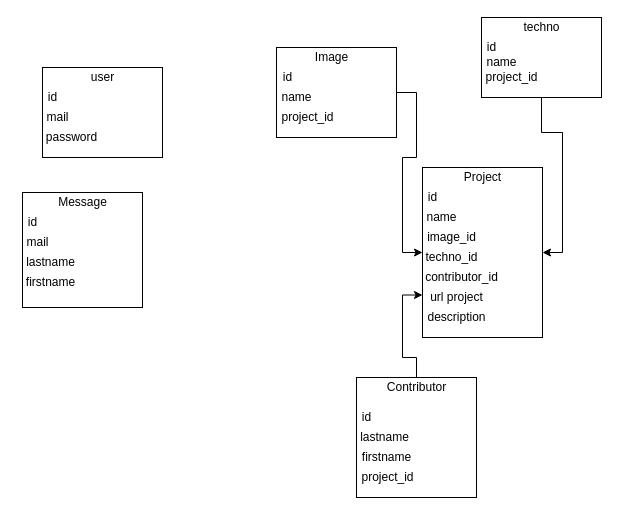
Valentin-int/Portfolio keeps this draw.io diagram as draw.drawio. Above is the earlier version. Source tidied: cells renumbered, new cells numbered last; positions are measured from the earlier drawing's top-left corner, leaving out a move shared by most shapes. Both pictures are drawn from the tidied source at 100%, with x=0, y=0 at pixel (17, 17).
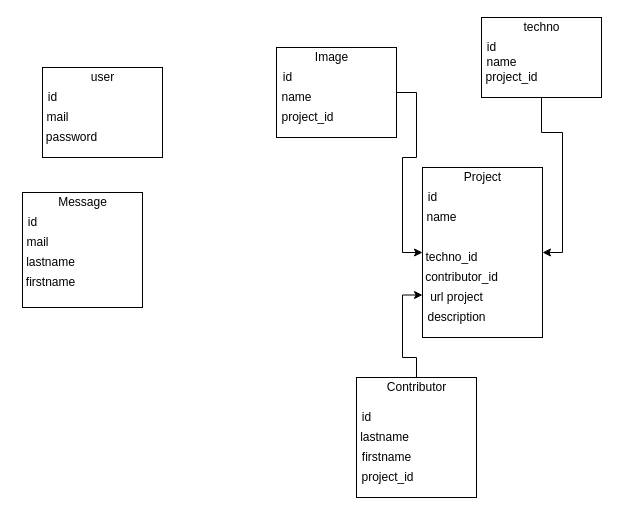
Above is the later version.

Diff of the diagram source:
```diff
@@
-    <mxCell id="11" value="image_id" style="text;html=1;align=center;verticalAlign=middle;fillColor=none;strokeColor=none;rounded=0;" parent="1" vertex="1">
-      <mxGeometry x="404" y="210" width="60" height="20" as="geometry" />
-    </mxCell>
```
